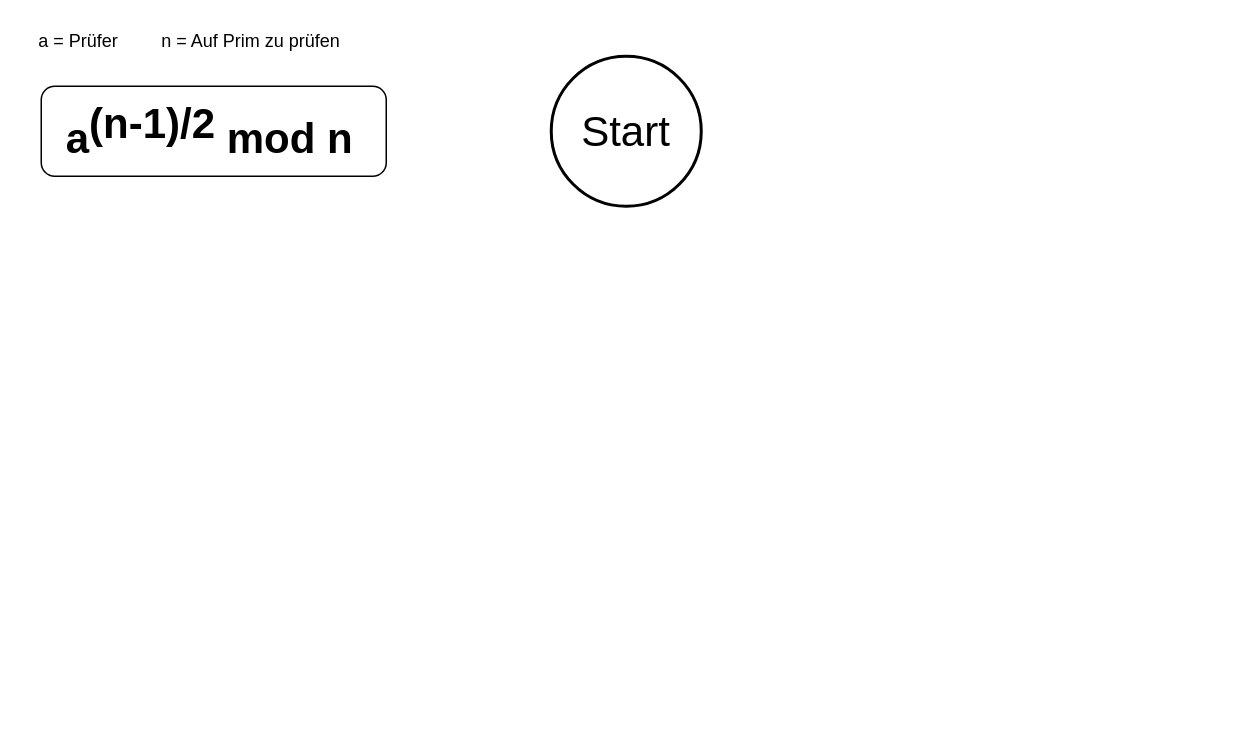
The draw.io diagram Problem_solver.drawio in davehenton/AICY, before the edit. Source tidied: cells renumbered, new cells numbered last; positions are measured from the earlier drawing's top-left corner, leaving out a move shared by most shapes. Both pictures are drawn from the tidied source at 150%, with x=0, y=0 at pixel (26, 26).
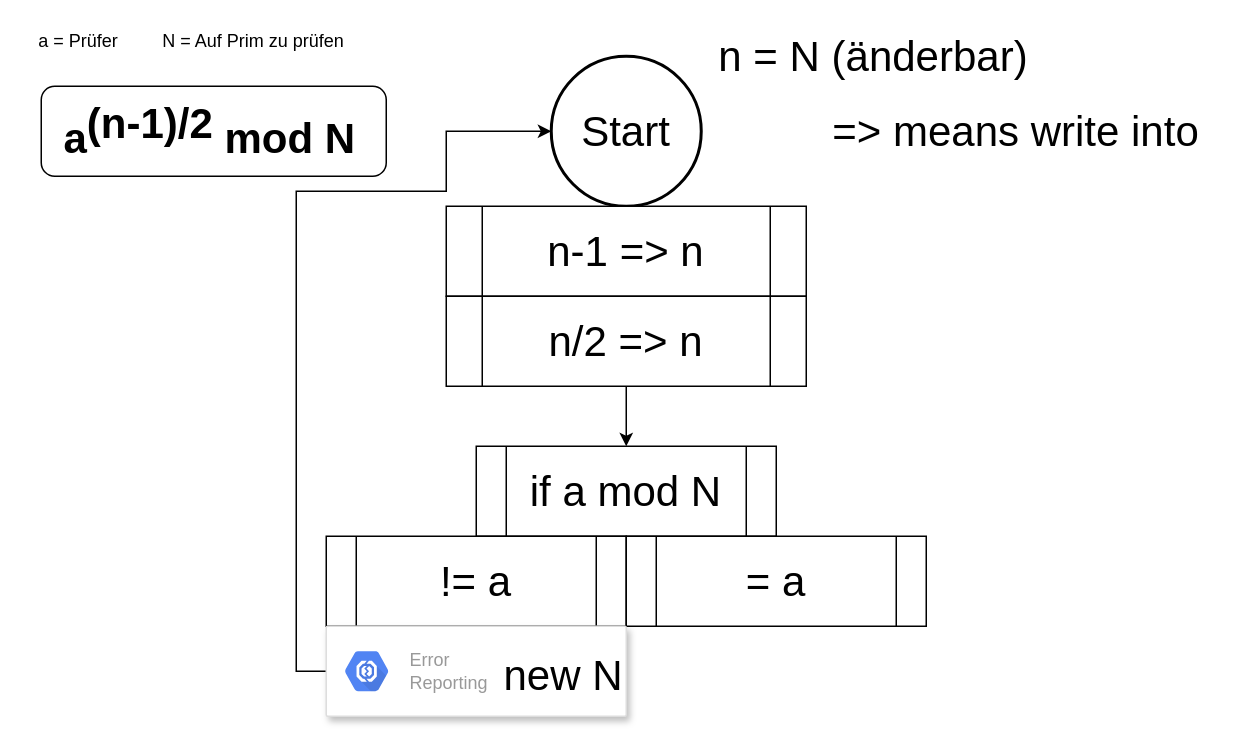
The same page after the edit.

The change refers to these unchanged cells:
```xml
<mxCell id="6" value="Start" style="strokeWidth=2;html=1;shape=mxgraph.flowchart.start_2;whiteSpace=wrap;fontSize=28;" parent="1" vertex="1">
  <mxGeometry x="350" y="20" width="100" height="100" as="geometry" />
</mxCell>
```

Diff of the diagram source:
```diff
@@
-    <mxCell id="3" value="n = Auf Prim zu prüfen" style="text;html=1;strokeColor=none;fillColor=none;align=center;verticalAlign=middle;whiteSpace=wrap;rounded=0;" parent="1" vertex="1">
+    <mxCell id="3" value="&amp;nbsp;N = Auf Prim zu prüfen" style="text;html=1;strokeColor=none;fillColor=none;align=center;verticalAlign=middle;whiteSpace=wrap;rounded=0;" parent="1" vertex="1">
       <mxGeometry x="80" width="140" height="20" as="geometry" />
     </mxCell>
@@
-    <mxCell id="5" value="a&lt;sup style=&quot;font-size: 28px;&quot;&gt;(n-1)/2&lt;/sup&gt; mod n" style="text;html=1;strokeColor=none;fillColor=none;align=center;verticalAlign=middle;whiteSpace=wrap;rounded=0;fontSize=28;fontStyle=1;" parent="1" vertex="1">
+    <mxCell id="5" value="a&lt;sup style=&quot;font-size: 28px&quot;&gt;(n-1)/2&lt;/sup&gt; mod N" style="text;html=1;strokeColor=none;fillColor=none;align=center;verticalAlign=middle;whiteSpace=wrap;rounded=0;fontSize=28;fontStyle=1;" parent="1" vertex="1">
       <mxGeometry x="15" y="50" width="215" height="40" as="geometry" />
     </mxCell>
@@
+    <mxCell id="7" value="n-1 =&amp;gt; n" style="shape=process;whiteSpace=wrap;html=1;backgroundOutline=1;fontSize=28;" parent="1" vertex="1">
+      <mxGeometry x="280" y="120" width="240" height="60" as="geometry" />
+    </mxCell>
+    <mxCell id="8" style="edgeStyle=orthogonalEdgeStyle;rounded=0;jettySize=auto;html=1;exitX=0.5;exitY=1;exitDx=0;exitDy=0;entryX=0.5;entryY=0;entryDx=0;entryDy=0;fontSize=28;" parent="1" edge="1" source="9" target="11">
+      <mxGeometry relative="1" as="geometry" />
+    </mxCell>
+    <mxCell id="9" value="n/2 =&amp;gt; n" style="shape=process;whiteSpace=wrap;html=1;backgroundOutline=1;fontSize=28;" parent="1" vertex="1">
+      <mxGeometry x="280" y="180" width="240" height="60" as="geometry" />
+    </mxCell>
+    <mxCell id="10" value="n = N (änderbar)" style="text;html=1;strokeColor=none;fillColor=none;align=center;verticalAlign=middle;whiteSpace=wrap;rounded=0;fontSize=28;" parent="1" vertex="1">
+      <mxGeometry x="460" y="10" width="210" height="20" as="geometry" />
+    </mxCell>
+    <mxCell id="11" value="if a mod N" style="shape=process;whiteSpace=wrap;html=1;backgroundOutline=1;fontSize=28;" parent="1" vertex="1">
+      <mxGeometry x="300" y="280" width="200" height="60" as="geometry" />
+    </mxCell>
+    <mxCell id="12" value="!= a" style="shape=process;whiteSpace=wrap;html=1;backgroundOutline=1;fontSize=28;" parent="1" vertex="1">
+      <mxGeometry x="200" y="340" width="200" height="60" as="geometry" />
+    </mxCell>
+    <mxCell id="13" value="= a" style="shape=process;whiteSpace=wrap;html=1;backgroundOutline=1;fontSize=28;" parent="1" vertex="1">
+      <mxGeometry x="400" y="340" width="200" height="60" as="geometry" />
+    </mxCell>
+    <mxCell id="14" style="edgeStyle=orthogonalEdgeStyle;rounded=0;jettySize=auto;html=1;exitX=0;exitY=0.5;exitDx=0;exitDy=0;entryX=0;entryY=0.5;entryDx=0;entryDy=0;entryPerimeter=0;fontSize=28;" parent="1" edge="1" source="15" target="6">
+      <mxGeometry relative="1" as="geometry">
+        <Array as="points">
+          <mxPoint x="180" y="430" />
+          <mxPoint x="180" y="110" />
+          <mxPoint x="280" y="110" />
+          <mxPoint x="280" y="70" />
+        </Array>
+      </mxGeometry>
+    </mxCell>
+    <mxCell id="15" value="new N" style="strokeColor=#dddddd;fillColor=#ffffff;shadow=1;strokeWidth=1;rounded=1;absoluteArcSize=1;arcSize=2;fontSize=28;align=right;" parent="1" vertex="1">
+      <mxGeometry x="200" y="400" width="200" height="60" as="geometry" />
+    </mxCell>
+    <mxCell id="16" value="Error&#10;Reporting" style="dashed=0;html=1;fillColor=#5184F3;strokeColor=none;shape=mxgraph.gcp2.hexIcon;prIcon=error_reporting;labelPosition=right;verticalLabelPosition=middle;align=left;verticalAlign=middle;spacingLeft=5;fontColor=#999999;fontSize=12;" parent="15" vertex="1">
+      <mxGeometry y="0.5" width="44" height="39" relative="1" as="geometry">
+        <mxPoint x="5" y="-19.5" as="offset" />
+      </mxGeometry>
+    </mxCell>
+    <mxCell id="17" value="=&amp;gt; means write into" style="text;html=1;strokeColor=none;fillColor=none;align=center;verticalAlign=middle;whiteSpace=wrap;rounded=0;fontSize=28;" parent="1" vertex="1">
+      <mxGeometry x="530" y="60" width="260" height="20" as="geometry" />
+    </mxCell>
```
